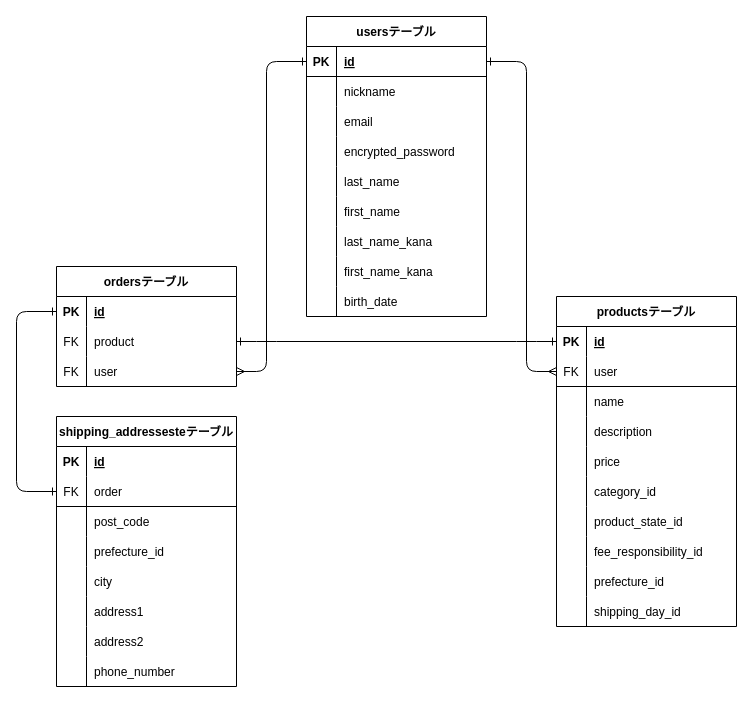
The draw.io diagram databese.dio in packerman1212/furima-40759, before the edit. Source tidied: cells renumbered, new cells numbered last; positions are measured from the earlier drawing's top-left corner, leaving out a move shared by most shapes. Both pictures are drawn from the tidied source at 100%, with x=0, y=0 at pixel (16, 16).
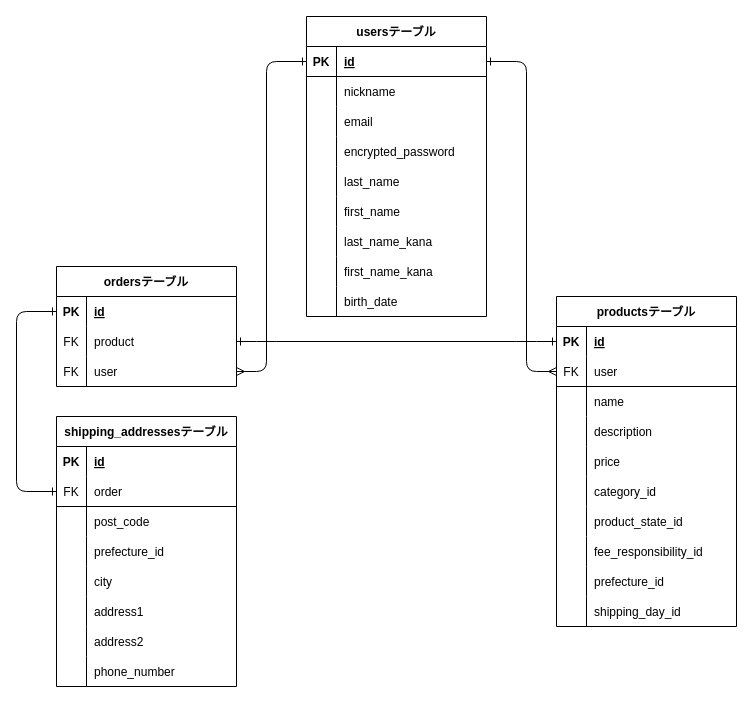
After the change.

Commit message:
ER図の不要な「te」の文字を削除

What changed in the source:
```diff
@@
-    <mxCell id="73" value="shipping_addressesteテーブル" style="shape=table;startSize=30;childLayout=tableLayout;rowLines=0;fontStyle=1;align=center;" parent="1" vertex="1">
+    <mxCell id="73" value="shipping_addressesテーブル" style="shape=table;startSize=30;childLayout=tableLayout;rowLines=0;fontStyle=1;align=center;" parent="1" vertex="1">
       <mxGeometry x="40" y="400" width="180" height="270" as="geometry" />
     </mxCell>
```
